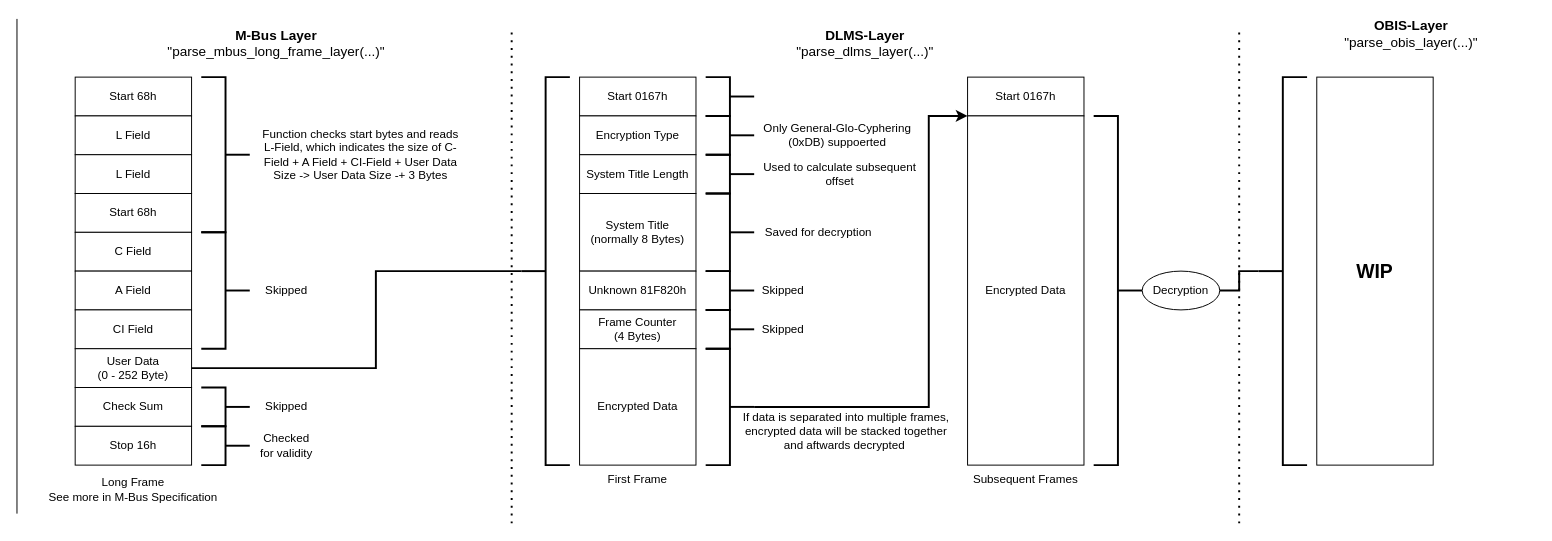
Earlier version of the draw.io diagram images/smartmeter_data.drawio (Tropaion/ZigBee_SmartMeter_Reader). Source tidied: cells renumbered, new cells numbered last; positions are measured from the earlier drawing's top-left corner, leaving out a move shared by most shapes. Both pictures are drawn from the tidied source at 97%, with x=0, y=0 at pixel (16, 18).
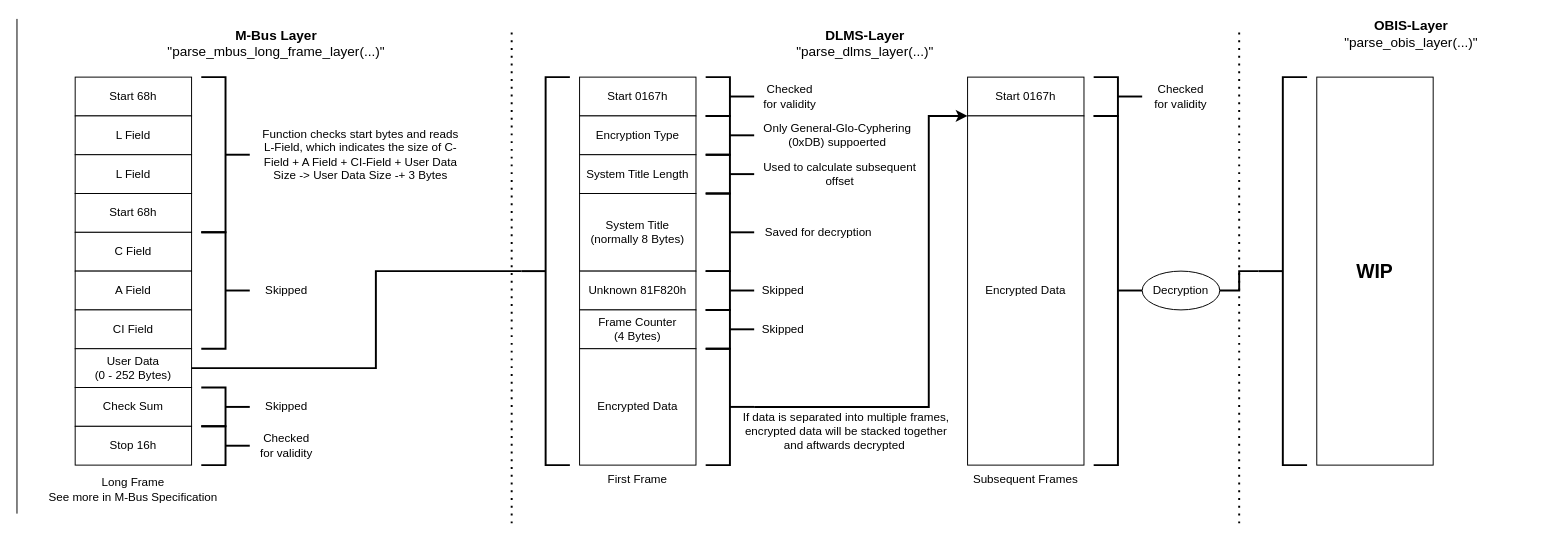
The same page after the edit.

The change refers to these unchanged cells:
```xml
<mxCell id="2" style="group;" parent="1" vertex="1">
  <mxGeometry x="60" y="60" width="120" height="400" as="geometry" />
</mxCell>
```

The edit, as a diff of the source:
```diff
@@
-    <mxCell id="10" value="User Data&lt;br&gt;(0 - 252 Byte)" style="rounded=0;whiteSpace=wrap;html=1;" parent="2" vertex="1">
+    <mxCell id="10" value="User Data&lt;br&gt;(0 - 252 Bytes)" style="rounded=0;whiteSpace=wrap;html=1;" parent="2" vertex="1">
       <mxGeometry y="280" width="120" height="40" as="geometry" />
     </mxCell>
@@
+    <mxCell id="61" value="Checked for validity" style="text;html=1;strokeColor=none;fillColor=none;align=center;verticalAlign=middle;whiteSpace=wrap;rounded=0;" parent="1" vertex="1">
+      <mxGeometry x="767" y="65" width="60" height="30" as="geometry" />
+    </mxCell>
+    <mxCell id="62" style="strokeWidth=2;html=1;shape=mxgraph.flowchart.annotation_2;align=left;labelPosition=right;rotation=-180;" parent="1" vertex="1">
+      <mxGeometry x="1110" y="60" width="50" height="40" as="geometry" />
+    </mxCell>
+    <mxCell id="63" value="Checked for validity" style="text;html=1;strokeColor=none;fillColor=none;align=center;verticalAlign=middle;whiteSpace=wrap;rounded=0;" parent="1" vertex="1">
+      <mxGeometry x="1170" y="65" width="60" height="30" as="geometry" />
+    </mxCell>
```
